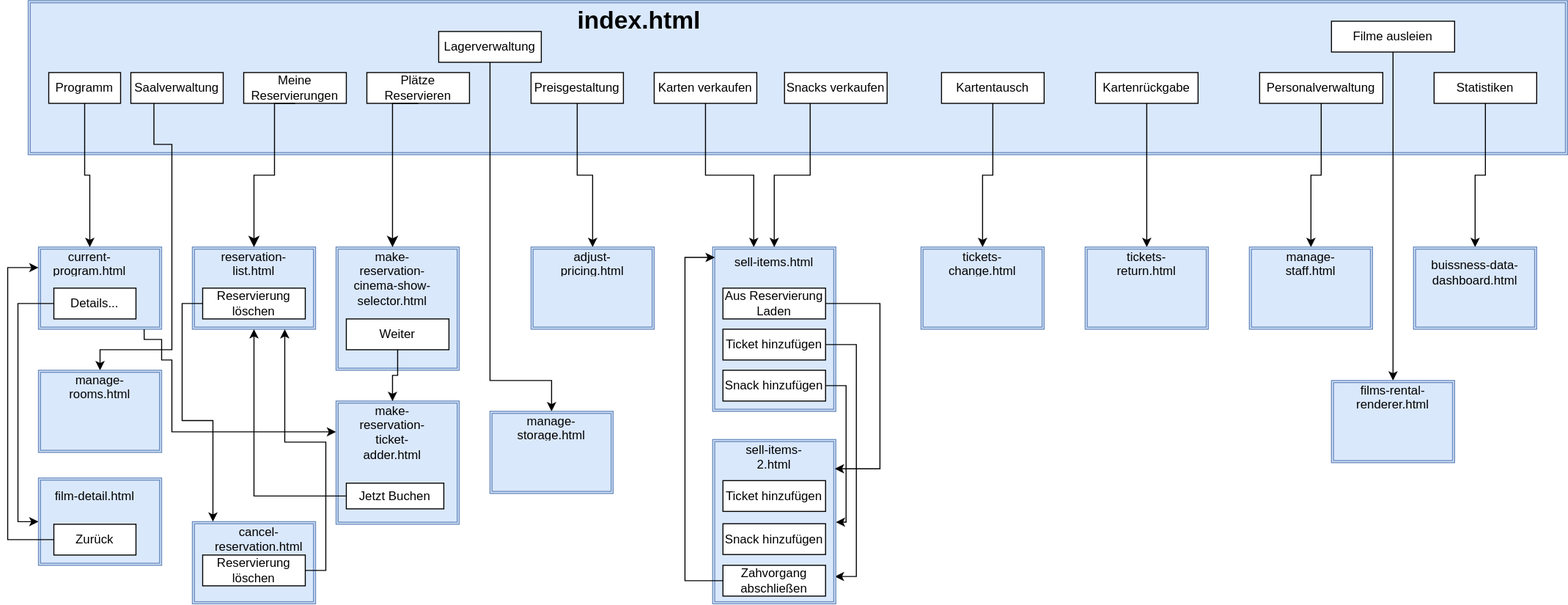
Above: src/main/asciidoc/models/design/dialog-flow.drawio.svg in Leonard0108/Anwendungsprogrammierung (draw.io), before the change. Source tidied: cells renumbered, new cells last; positions are measured from the earlier drawing's top-left corner, leaving out a move shared by most shapes.
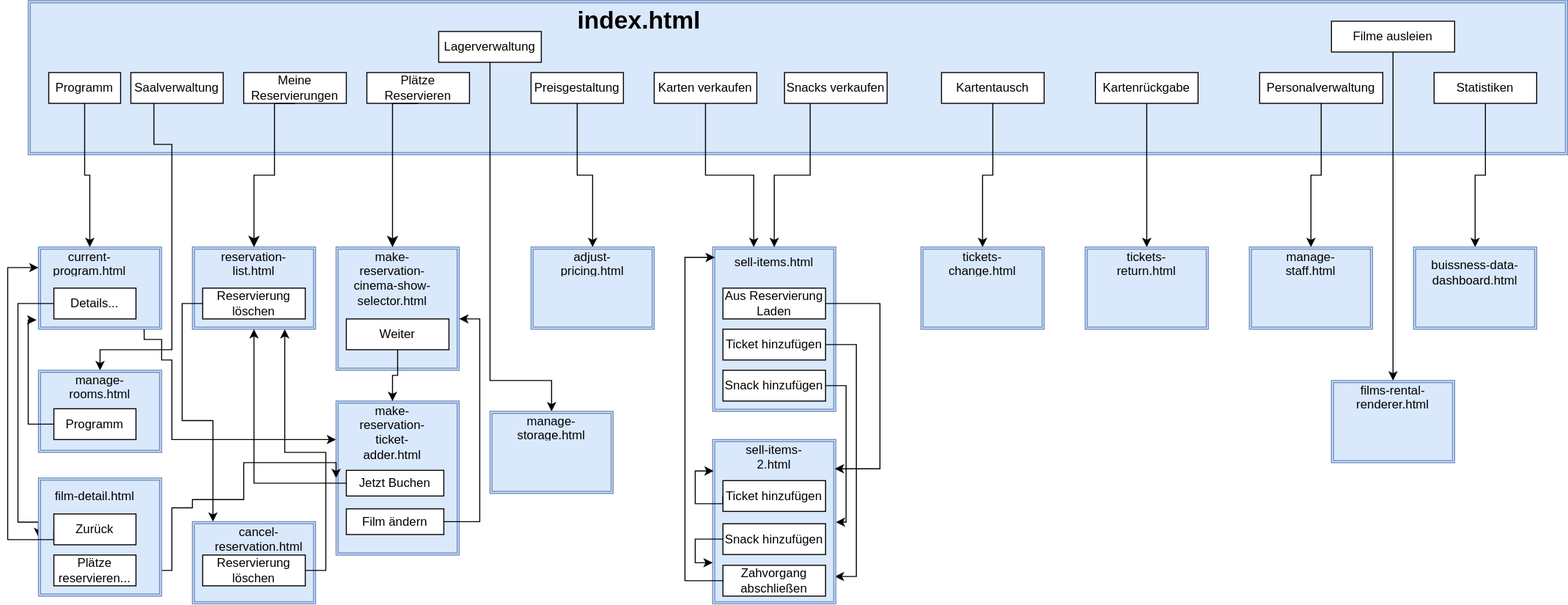
Above is the later version.

Commit message:
UI-Flow finalisiert

Change to the diagram source:
```diff
@@ -18,7 +18,7 @@
           <mxPoint x="150" y="330" />
           <mxPoint x="150" y="350" />
           <mxPoint x="160" y="350" />
-          <mxPoint x="160" y="420" />
+          <mxPoint x="160" y="428" />
         </Array>
       </mxGeometry>
     </mxCell>
@@ -205,7 +205,7 @@
       </mxCell>
     </object>
     <mxCell id="52" style="shape=ext;double=1;rounded=0;whiteSpace=wrap;html=1;fillColor=#dae8fc;strokeColor=#6c8ebf;" parent="1" vertex="1">
-      <mxGeometry x="320" y="390" width="120" height="120" as="geometry" />
+      <mxGeometry x="320" y="390" width="120" height="150" as="geometry" />
     </mxCell>
     <object id="53" label="make-reservation-ticket-adder.html" name="Variable" placeholders="1">
       <mxCell style="text;html=1;strokeColor=none;fillColor=none;align=center;verticalAlign=middle;whiteSpace=wrap;overflow=hidden;" parent="1" vertex="1">
@@ -218,8 +218,20 @@
     <mxCell id="55" value="Weiter" style="html=1;whiteSpace=wrap;" parent="1" vertex="1">
       <mxGeometry x="330" y="310" width="100" height="30" as="geometry" />
     </mxCell>
+    <mxCell id="85" style="edgeStyle=orthogonalEdgeStyle;rounded=0;jettySize=auto;html=1;exitX=1;exitY=0.5;exitDx=0;exitDy=0;entryX=0;entryY=0.5;entryDx=0;entryDy=0;" parent="1" edge="1" source="87" target="52">
+      <mxGeometry relative="1" as="geometry">
+        <Array as="points">
+          <mxPoint x="160" y="555" />
+          <mxPoint x="160" y="494" />
+          <mxPoint x="180" y="494" />
+          <mxPoint x="180" y="486" />
+          <mxPoint x="230" y="486" />
+          <mxPoint x="230" y="450" />
+        </Array>
+      </mxGeometry>
+    </mxCell>
     <mxCell id="56" style="shape=ext;double=1;rounded=0;whiteSpace=wrap;html=1;fillColor=#dae8fc;strokeColor=#6c8ebf;" parent="1" vertex="1">
-      <mxGeometry x="30" y="465" width="120" height="85" as="geometry" />
+      <mxGeometry x="30" y="465" width="120" height="115" as="geometry" />
     </mxCell>
     <object id="57" label="film-detail.html" name="Variable" placeholders="1">
       <mxCell style="text;html=1;strokeColor=none;fillColor=none;align=center;verticalAlign=middle;whiteSpace=wrap;overflow=hidden;" parent="1" vertex="1">
@@ -235,13 +247,13 @@
       </mxGeometry>
     </mxCell>
     <mxCell id="59" value="Zurück" style="rounded=0;whiteSpace=wrap;html=1;" parent="1" vertex="1">
-      <mxGeometry x="45" y="510" width="80" height="30" as="geometry" />
+      <mxGeometry x="45" y="500" width="80" height="30" as="geometry" />
     </mxCell>
     <mxCell id="60" style="edgeStyle=orthogonalEdgeStyle;rounded=0;jettySize=auto;html=1;exitX=0;exitY=0.5;exitDx=0;exitDy=0;" parent="1" edge="1" source="61" target="11">
       <mxGeometry relative="1" as="geometry" />
     </mxCell>
     <mxCell id="61" value="Jetzt Buchen" style="rounded=0;whiteSpace=wrap;html=1;" parent="1" vertex="1">
-      <mxGeometry x="330" y="470" width="95" height="25" as="geometry" />
+      <mxGeometry x="330" y="457.5" width="95" height="25" as="geometry" />
     </mxCell>
     <mxCell id="62" style="edgeStyle=orthogonalEdgeStyle;rounded=0;jettySize=auto;html=1;exitX=1;exitY=0.5;exitDx=0;exitDy=0;entryX=0.992;entryY=0.834;entryDx=0;entryDy=0;entryPerimeter=0;" parent="1" edge="1" source="63" target="67">
       <mxGeometry relative="1" as="geometry" />
@@ -274,6 +286,14 @@
     <mxCell id="69" value="Ticket hinzufügen" style="html=1;whiteSpace=wrap;" parent="1" vertex="1">
       <mxGeometry x="697" y="467.5" width="100" height="30" as="geometry" />
     </mxCell>
+    <mxCell id="86" style="edgeStyle=orthogonalEdgeStyle;rounded=0;jettySize=auto;html=1;exitX=0;exitY=0.5;exitDx=0;exitDy=0;entryX=0;entryY=0.75;entryDx=0;entryDy=0;" parent="1" edge="1" source="70" target="67">
+      <mxGeometry relative="1" as="geometry">
+        <Array as="points">
+          <mxPoint x="670" y="525" />
+          <mxPoint x="670" y="548" />
+        </Array>
+      </mxGeometry>
+    </mxCell>
     <mxCell id="70" value="Snack hinzufügen" style="html=1;whiteSpace=wrap;" parent="1" vertex="1">
       <mxGeometry x="697" y="509.5" width="100" height="30" as="geometry" />
     </mxCell>
@@ -331,7 +351,13 @@
       <mxGeometry x="190" y="280" width="100" height="30" as="geometry" />
     </mxCell>
     <mxCell id="82" style="edgeStyle=orthogonalEdgeStyle;rounded=0;jettySize=auto;html=1;exitX=1;exitY=0.5;exitDx=0;exitDy=0;entryX=0.75;entryY=1;entryDx=0;entryDy=0;" parent="1" edge="1" source="83" target="11">
-      <mxGeometry relative="1" as="geometry" />
+      <mxGeometry relative="1" as="geometry">
+        <Array as="points">
+          <mxPoint x="310" y="555" />
+          <mxPoint x="310" y="440" />
+          <mxPoint x="270" y="440" />
+        </Array>
+      </mxGeometry>
     </mxCell>
     <mxCell id="83" value="Reservierung löschen" style="html=1;whiteSpace=wrap;" parent="1" vertex="1">
       <mxGeometry x="190" y="540" width="100" height="30" as="geometry" />
@@ -339,5 +365,34 @@
     <mxCell id="84" value="Details..." style="rounded=0;whiteSpace=wrap;html=1;" parent="1" vertex="1">
       <mxGeometry x="45" y="280" width="80" height="30" as="geometry" />
     </mxCell>
+    <mxCell id="87" value="Plätze reservieren..." style="rounded=0;whiteSpace=wrap;html=1;" parent="1" vertex="1">
+      <mxGeometry x="45" y="540" width="80" height="30" as="geometry" />
+    </mxCell>
+    <mxCell id="88" value="Programm" style="rounded=0;whiteSpace=wrap;html=1;" parent="1" vertex="1">
+      <mxGeometry x="45" y="397.5" width="80" height="30" as="geometry" />
+    </mxCell>
+    <mxCell id="89" style="edgeStyle=orthogonalEdgeStyle;rounded=0;jettySize=auto;html=1;exitX=0;exitY=0.5;exitDx=0;exitDy=0;entryX=-0.017;entryY=0.888;entryDx=0;entryDy=0;entryPerimeter=0;" parent="1" edge="1" source="88" target="2">
+      <mxGeometry relative="1" as="geometry">
+        <Array as="points">
+          <mxPoint x="20" y="413" />
+          <mxPoint x="20" y="311" />
+        </Array>
+      </mxGeometry>
+    </mxCell>
+    <mxCell id="90" value="Film ändern" style="rounded=0;whiteSpace=wrap;html=1;" parent="1" vertex="1">
+      <mxGeometry x="330" y="495" width="95" height="25" as="geometry" />
+    </mxCell>
+    <mxCell id="91" style="edgeStyle=orthogonalEdgeStyle;rounded=0;jettySize=auto;html=1;exitX=1;exitY=0.5;exitDx=0;exitDy=0;entryX=1;entryY=0.583;entryDx=0;entryDy=0;entryPerimeter=0;" parent="1" edge="1" source="90" target="15">
+      <mxGeometry relative="1" as="geometry" />
+    </mxCell>
+    <mxCell id="92" style="edgeStyle=orthogonalEdgeStyle;rounded=0;jettySize=auto;html=1;exitX=0;exitY=0.5;exitDx=0;exitDy=0;entryX=0.008;entryY=0.191;entryDx=0;entryDy=0;entryPerimeter=0;" parent="1" edge="1" source="69" target="67">
+      <mxGeometry relative="1" as="geometry">
+        <Array as="points">
+          <mxPoint x="697" y="490" />
+          <mxPoint x="670" y="490" />
+          <mxPoint x="670" y="458" />
+        </Array>
+      </mxGeometry>
+    </mxCell>
   </root>
 </mxGraphModel>
```
